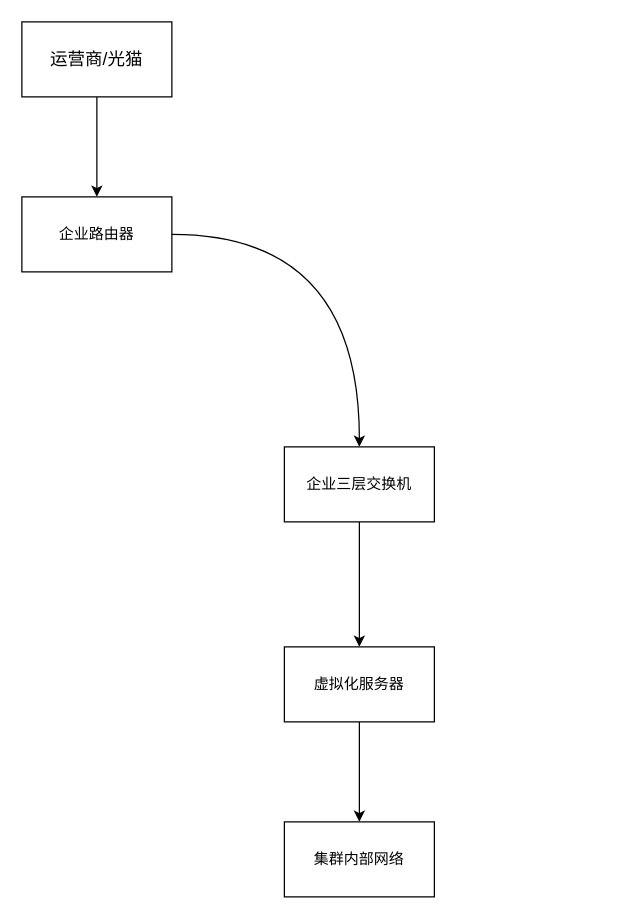
The draw.io diagram 论文设备拓扑.drawio in lrAltas/DrwaIO, before the edit. Source tidied: cells renumbered, new cells numbered last; positions are measured from the earlier drawing's top-left corner, leaving out a move shared by most shapes. Both pictures are drawn from the tidied source at 125%, with x=0, y=0 at pixel (21, 21).
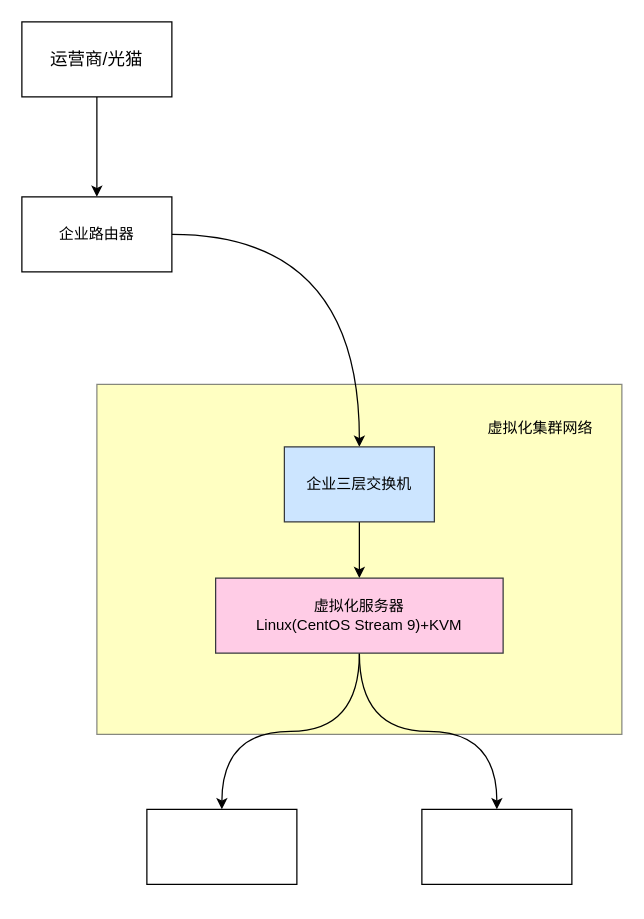
Above is the later version.

Commit message (it also covers changes not shown here):
更新论文设备拓扑.drawio

Diff of the diagram source:
```diff
@@
 <mxGraphModel>
   <root>
     <mxCell id="0" />
     <mxCell id="1" parent="0" />
+    <mxCell id="11" style="rounded=0;whiteSpace=wrap;html=1;fillColor=#FFFF99;strokeColor=#36393d;opacity=60;" parent="1" vertex="1">
+      <mxGeometry x="60" y="290" width="420" height="280" as="geometry" />
+    </mxCell>
     <mxCell id="2" style="edgeStyle=orthogonalEdgeStyle;rounded=0;jettySize=auto;html=1;" parent="1" edge="1" source="3" target="5">
       <mxGeometry relative="1" as="geometry" />
     </mxCell>
     <mxCell id="3" value="&lt;font style=&quot;font-size: 14px;&quot;&gt;运营商/光猫&lt;/font&gt;" style="rounded=0;whiteSpace=wrap;html=1;" parent="1" vertex="1">
       <mxGeometry width="120" height="60" as="geometry" />
     </mxCell>
     <mxCell id="4" style="edgeStyle=orthogonalEdgeStyle;rounded=0;jettySize=auto;html=1;strokeColor=default;curved=1;" parent="1" edge="1" source="5" target="7">
       <mxGeometry relative="1" as="geometry" />
     </mxCell>
     <mxCell id="5" value="企业路由器" style="whiteSpace=wrap;html=1;rounded=0;" parent="1" vertex="1">
       <mxGeometry y="140" width="120" height="60" as="geometry" />
     </mxCell>
     <mxCell id="6" style="edgeStyle=orthogonalEdgeStyle;rounded=0;jettySize=auto;html=1;" parent="1" edge="1" source="7" target="9">
       <mxGeometry relative="1" as="geometry" />
     </mxCell>
-    <mxCell id="7" value="企业三层交换机" style="whiteSpace=wrap;html=1;rounded=0;" parent="1" vertex="1">
+    <mxCell id="7" value="企业三层交换机" style="whiteSpace=wrap;html=1;rounded=0;fillColor=#cce5ff;strokeColor=#36393d;" parent="1" vertex="1">
       <mxGeometry x="210" y="340" width="120" height="60" as="geometry" />
     </mxCell>
-    <mxCell id="8" style="edgeStyle=orthogonalEdgeStyle;rounded=0;jettySize=auto;html=1;" parent="1" edge="1" source="9" target="10">
-      <mxGeometry relative="1" as="geometry" />
-    </mxCell>
+    <mxCell id="12" style="edgeStyle=orthogonalEdgeStyle;rounded=0;jettySize=auto;html=1;curved=1;" parent="1" edge="1" source="9" target="14">
+      <mxGeometry relative="1" as="geometry" />
+    </mxCell>
+    <mxCell id="13" style="edgeStyle=orthogonalEdgeStyle;rounded=0;jettySize=auto;html=1;curved=1;" parent="1" edge="1" source="9" target="15">
+      <mxGeometry relative="1" as="geometry" />
+    </mxCell>
-    <mxCell id="9" value="虚拟化服务器" style="whiteSpace=wrap;html=1;rounded=0;" parent="1" vertex="1">
-      <mxGeometry x="210" y="500" width="120" height="60" as="geometry" />
+    <mxCell id="9" value="&lt;div&gt;虚拟化服务器&lt;/div&gt;&lt;div&gt;Linux(CentOS Stream 9)+KVM&lt;/div&gt;" style="whiteSpace=wrap;html=1;rounded=0;fillColor=#FFCCE6;strokeColor=#36393d;" parent="1" vertex="1">
+      <mxGeometry x="155" y="445" width="230" height="60" as="geometry" />
     </mxCell>
-    <mxCell id="10" value="集群内部网络" style="whiteSpace=wrap;html=1;rounded=0;" parent="1" vertex="1">
-      <mxGeometry x="210" y="640" width="120" height="60" as="geometry" />
-    </mxCell>
+    <mxCell id="14" style="whiteSpace=wrap;html=1;rounded=0;" parent="1" vertex="1">
+      <mxGeometry x="100" y="630" width="120" height="60" as="geometry" />
+    </mxCell>
+    <mxCell id="15" style="whiteSpace=wrap;html=1;rounded=0;" parent="1" vertex="1">
+      <mxGeometry x="320" y="630" width="120" height="60" as="geometry" />
+    </mxCell>
+    <mxCell id="16" value="虚拟化集群网络" style="text;html=1;whiteSpace=wrap;strokeColor=none;fillColor=none;align=center;verticalAlign=middle;rounded=0;" parent="1" vertex="1">
+      <mxGeometry x="360" y="310" width="110" height="30" as="geometry" />
+    </mxCell>
   </root>
 </mxGraphModel>
```
